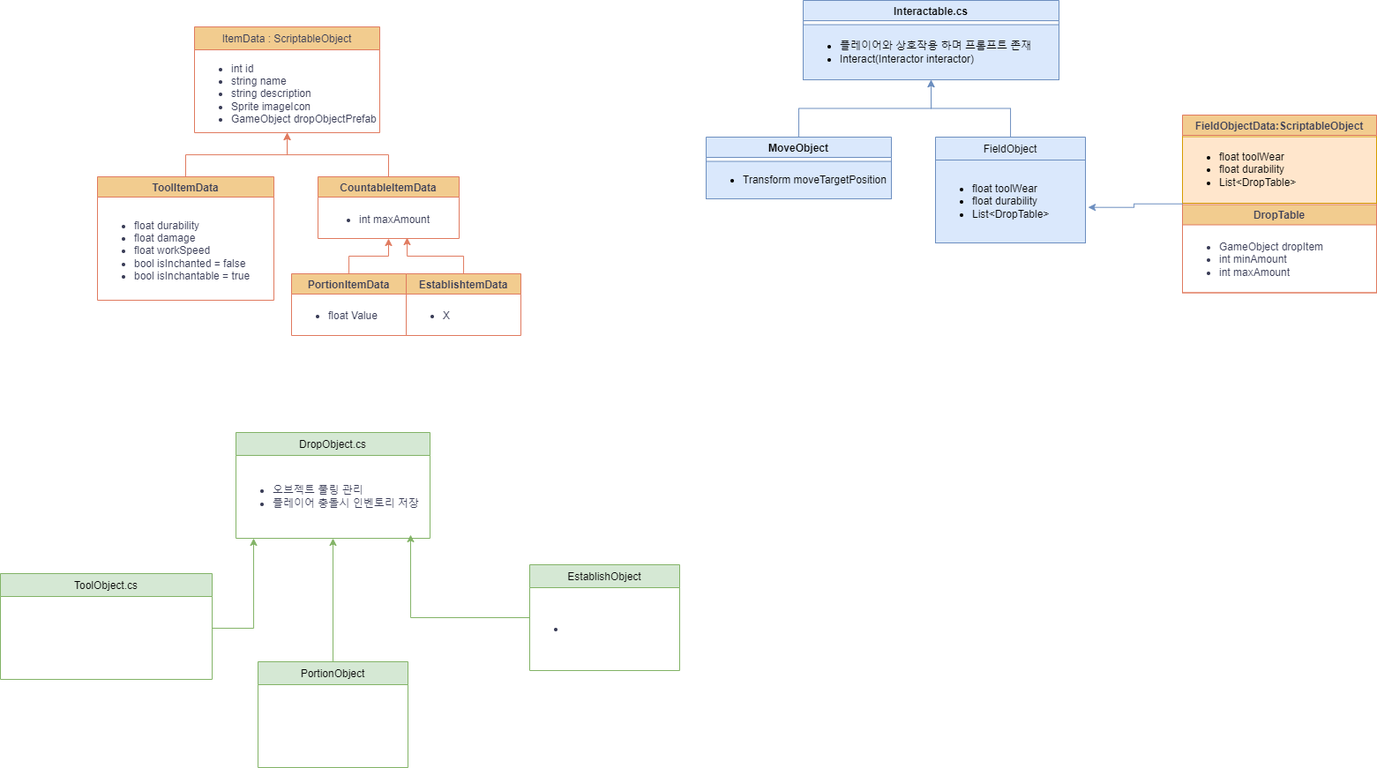
Above: 제목 없는 다이어그램.drawio.png in hae-seung/ddolking (draw.io), before the change. Source tidied: cells renumbered, new cells last; positions are measured from the earlier drawing's top-left corner, leaving out a move shared by most shapes.
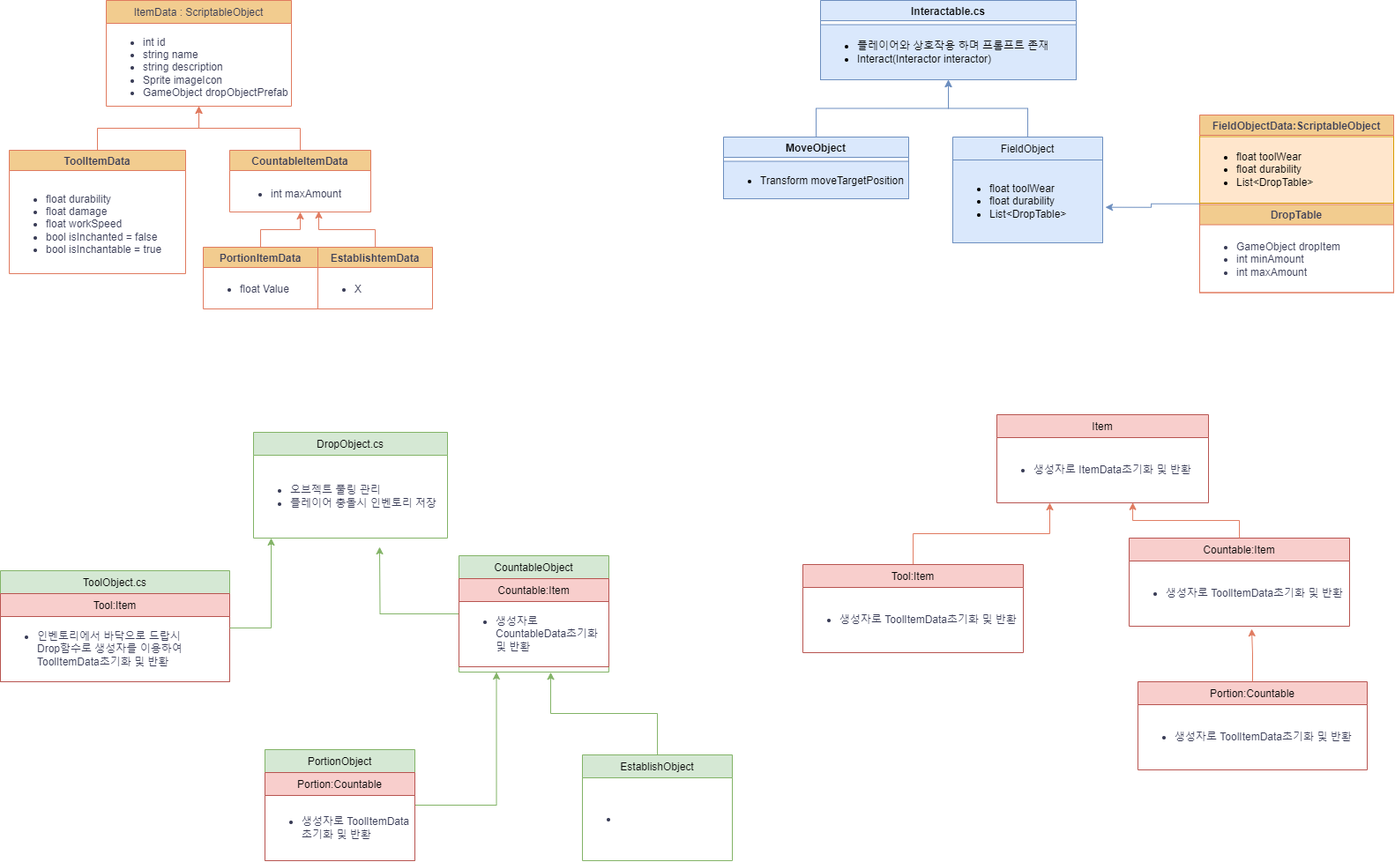
After the change.

Commit message:
제목 없는 다이어그램.drawio.png 업데이트

What changed in the source:
```diff
@@ -3,7 +3,7 @@
     <mxCell id="0" />
     <mxCell id="1" parent="0" />
     <mxCell id="2" value="ItemData : ScriptableObject" style="swimlane;fontStyle=0;align=center;verticalAlign=top;horizontal=1;startSize=26;rounded=0;shadow=0;strokeWidth=1;labelBackgroundColor=none;fillColor=#F2CC8F;strokeColor=#E07A5F;fontColor=#393C56;" parent="1" vertex="1">
-      <mxGeometry x="220" y="30" width="210" height="120" as="geometry" />
+      <mxGeometry x="100" width="210" height="120" as="geometry" />
     </mxCell>
     <mxCell id="3" value="&lt;ul&gt;&lt;li&gt;&lt;span style=&quot;text-wrap: nowrap;&quot;&gt;int id&lt;/span&gt;&lt;br&gt;&lt;/li&gt;&lt;li&gt;&lt;span style=&quot;text-wrap: nowrap;&quot;&gt;string name&lt;br&gt;&lt;/span&gt;&lt;/li&gt;&lt;li&gt;&lt;span style=&quot;text-wrap: nowrap;&quot;&gt;string description&lt;br&gt;&lt;/span&gt;&lt;/li&gt;&lt;li&gt;&lt;span style=&quot;text-wrap: nowrap;&quot;&gt;Sprite imageIcon&lt;br&gt;&lt;/span&gt;&lt;/li&gt;&lt;li&gt;&lt;span style=&quot;text-wrap: nowrap;&quot;&gt;GameObject dropObjectPrefab&lt;br&gt;&lt;/span&gt;&lt;/li&gt;&lt;/ul&gt;" style="text;strokeColor=none;fillColor=none;html=1;whiteSpace=wrap;verticalAlign=middle;overflow=hidden;fontColor=#393C56;" parent="2" vertex="1">
       <mxGeometry y="26" width="210" height="94" as="geometry" />
@@ -12,7 +12,7 @@
       <mxGeometry relative="1" as="geometry" />
     </mxCell>
     <mxCell id="5" value="CountableItemData" style="swimlane;strokeColor=#E07A5F;fontColor=#393C56;fillColor=#F2CC8F;" parent="1" vertex="1">
-      <mxGeometry x="360" y="200" width="160" height="70" as="geometry" />
+      <mxGeometry x="240" y="170" width="160" height="70" as="geometry" />
     </mxCell>
     <mxCell id="6" value="&lt;ul&gt;&lt;li&gt;int maxAmount&lt;/li&gt;&lt;/ul&gt;" style="text;strokeColor=none;fillColor=none;html=1;whiteSpace=wrap;verticalAlign=middle;overflow=hidden;fontColor=#393C56;" parent="5" vertex="1">
       <mxGeometry x="5" y="27.5" width="150" height="42.5" as="geometry" />
@@ -21,7 +21,7 @@
       <mxGeometry relative="1" as="geometry" />
     </mxCell>
     <mxCell id="8" value="ToolItemData" style="swimlane;strokeColor=#E07A5F;fontColor=#393C56;fillColor=#F2CC8F;" parent="1" vertex="1">
-      <mxGeometry x="110" y="200" width="200" height="140" as="geometry" />
+      <mxGeometry x="-10" y="170" width="200" height="140" as="geometry" />
     </mxCell>
     <mxCell id="9" value="&lt;ul&gt;&lt;li&gt;float durability&lt;/li&gt;&lt;li&gt;float damage&lt;/li&gt;&lt;li&gt;float workSpeed&lt;/li&gt;&lt;li&gt;bool isInchanted = false&lt;/li&gt;&lt;li&gt;bool isInchantable = true&lt;/li&gt;&lt;/ul&gt;" style="text;strokeColor=none;fillColor=none;html=1;whiteSpace=wrap;verticalAlign=middle;overflow=hidden;fontColor=#393C56;" parent="8" vertex="1">
       <mxGeometry y="27.5" width="200" height="112.5" as="geometry" />
@@ -30,13 +30,13 @@
       <mxGeometry relative="1" as="geometry" />
     </mxCell>
     <mxCell id="11" value="PortionItemData" style="swimlane;strokeColor=#E07A5F;fontColor=#393C56;fillColor=#F2CC8F;" parent="1" vertex="1">
-      <mxGeometry x="330" y="310" width="130" height="70" as="geometry" />
+      <mxGeometry x="210" y="280" width="130" height="70" as="geometry" />
     </mxCell>
     <mxCell id="12" value="&lt;ul&gt;&lt;li&gt;float Value&lt;/li&gt;&lt;/ul&gt;" style="text;strokeColor=none;fillColor=none;html=1;whiteSpace=wrap;verticalAlign=middle;overflow=hidden;fontColor=#393C56;" parent="11" vertex="1">
       <mxGeometry y="25" width="130" height="45" as="geometry" />
     </mxCell>
     <mxCell id="13" style="shape=crossbar;whiteSpace=wrap;html=1;rounded=1;strokeColor=#E07A5F;fontColor=#393C56;fillColor=#F2CC8F;" parent="1" vertex="1">
-      <mxGeometry x="550" y="250" as="geometry" />
+      <mxGeometry x="970" y="700" as="geometry" />
     </mxCell>
     <mxCell id="14" style="edgeStyle=orthogonalEdgeStyle;rounded=0;jettySize=auto;html=1;entryX=0.5;entryY=1;entryDx=0;entryDy=0;strokeColor=#6c8ebf;fontColor=#393C56;fillColor=#dae8fc;" parent="1" edge="1" source="15" target="25">
       <mxGeometry relative="1" as="geometry" />
@@ -84,10 +84,16 @@
       <mxGeometry y="26" width="220" height="94" as="geometry" />
     </mxCell>
     <mxCell id="29" value="ToolObject.cs" style="swimlane;fontStyle=0;align=center;verticalAlign=top;horizontal=1;startSize=26;rounded=0;shadow=0;strokeWidth=1;labelBackgroundColor=none;fillColor=#d5e8d4;strokeColor=#82b366;" parent="1" vertex="1">
-      <mxGeometry y="650" width="240" height="120" as="geometry" />
+      <mxGeometry x="-20" y="647" width="260" height="126" as="geometry" />
     </mxCell>
+    <mxCell id="39" value="Tool:Item" style="swimlane;fontStyle=0;align=center;verticalAlign=top;horizontal=1;startSize=26;rounded=0;shadow=0;strokeWidth=1;labelBackgroundColor=none;fillColor=#f8cecc;strokeColor=#b85450;" parent="29" vertex="1">
+      <mxGeometry y="26" width="260" height="100" as="geometry" />
+    </mxCell>
+    <mxCell id="40" value="&lt;ul&gt;&lt;li&gt;인벤토리에서 바닥으로 드랍시&lt;br&gt;Drop함수로 생성자를 이용하여 ToolItemData초기화 및 반환&lt;/li&gt;&lt;/ul&gt;" style="text;strokeColor=none;fillColor=none;html=1;whiteSpace=wrap;verticalAlign=middle;overflow=hidden;fontColor=#393C56;" parent="39" vertex="1">
+      <mxGeometry y="26" width="260" height="74" as="geometry" />
+    </mxCell>
     <mxCell id="30" value="EstablishtemData" style="swimlane;strokeColor=#E07A5F;fontColor=#393C56;fillColor=#F2CC8F;startSize=23;" parent="1" vertex="1">
-      <mxGeometry x="460" y="310" width="130" height="70" as="geometry" />
+      <mxGeometry x="340" y="280" width="130" height="70" as="geometry" />
     </mxCell>
     <mxCell id="31" value="&lt;ul&gt;&lt;li&gt;X&lt;/li&gt;&lt;/ul&gt;" style="text;strokeColor=none;fillColor=none;html=1;whiteSpace=wrap;verticalAlign=middle;overflow=hidden;fontColor=#393C56;" parent="30" vertex="1">
       <mxGeometry y="25" width="130" height="45" as="geometry" />
@@ -95,14 +101,20 @@
     <mxCell id="32" style="edgeStyle=orthogonalEdgeStyle;rounded=0;jettySize=auto;html=1;entryX=0.64;entryY=0.976;entryDx=0;entryDy=0;entryPerimeter=0;strokeColor=#E07A5F;fontColor=#393C56;fillColor=#F2CC8F;" parent="1" edge="1" source="30" target="6">
       <mxGeometry relative="1" as="geometry" />
     </mxCell>
-    <mxCell id="33" style="edgeStyle=orthogonalEdgeStyle;rounded=0;jettySize=auto;html=1;strokeColor=#82b366;fontColor=#393C56;fillColor=#d5e8d4;" parent="1" edge="1" source="34" target="28">
-      <mxGeometry relative="1" as="geometry" />
-    </mxCell>
+    <mxCell id="41" style="edgeStyle=orthogonalEdgeStyle;rounded=0;jettySize=auto;html=1;entryX=0.25;entryY=1;entryDx=0;entryDy=0;strokeColor=#82b366;fontColor=#393C56;fillColor=#d5e8d4;" parent="1" edge="1" source="34" target="59">
+      <mxGeometry relative="1" as="geometry" />
+    </mxCell>
     <mxCell id="34" value="PortionObject" style="swimlane;fontStyle=0;align=center;verticalAlign=top;horizontal=1;startSize=26;rounded=0;shadow=0;strokeWidth=1;labelBackgroundColor=none;fillColor=#d5e8d4;strokeColor=#82b366;" parent="1" vertex="1">
-      <mxGeometry x="292" y="750" width="170" height="120" as="geometry" />
+      <mxGeometry x="280" y="850" width="170" height="126" as="geometry" />
     </mxCell>
+    <mxCell id="42" value="Portion:Countable" style="swimlane;fontStyle=0;align=center;verticalAlign=top;horizontal=1;startSize=26;rounded=0;shadow=0;strokeWidth=1;labelBackgroundColor=none;fillColor=#f8cecc;strokeColor=#b85450;" parent="34" vertex="1">
+      <mxGeometry y="26" width="170" height="100" as="geometry" />
+    </mxCell>
+    <mxCell id="43" value="&lt;ul&gt;&lt;li&gt;생성자로 ToolItemData초기화 및 반환&lt;/li&gt;&lt;/ul&gt;" style="text;strokeColor=none;fillColor=none;html=1;whiteSpace=wrap;verticalAlign=middle;overflow=hidden;fontColor=#393C56;" parent="42" vertex="1">
+      <mxGeometry y="26" width="170" height="74" as="geometry" />
+    </mxCell>
     <mxCell id="35" value="EstablishObject" style="swimlane;fontStyle=0;align=center;verticalAlign=top;horizontal=1;startSize=26;rounded=0;shadow=0;strokeWidth=1;labelBackgroundColor=none;fillColor=#d5e8d4;strokeColor=#82b366;" parent="1" vertex="1">
-      <mxGeometry x="600" y="640" width="170" height="120" as="geometry" />
+      <mxGeometry x="640" y="856" width="170" height="120" as="geometry" />
     </mxCell>
     <mxCell id="36" value="&lt;ul&gt;&lt;li&gt;&lt;br&gt;&lt;/li&gt;&lt;/ul&gt;" style="text;strokeColor=none;fillColor=none;html=1;whiteSpace=wrap;verticalAlign=middle;overflow=hidden;fontColor=#393C56;" parent="35" vertex="1">
       <mxGeometry y="26" width="170" height="94" as="geometry" />
@@ -116,8 +128,58 @@
         </Array>
       </mxGeometry>
     </mxCell>
-    <mxCell id="38" style="edgeStyle=orthogonalEdgeStyle;rounded=0;jettySize=auto;html=1;entryX=0.9;entryY=0.957;entryDx=0;entryDy=0;entryPerimeter=0;strokeColor=#82b366;fontColor=#393C56;fillColor=#d5e8d4;" parent="1" edge="1" source="35" target="28">
-      <mxGeometry relative="1" as="geometry" />
-    </mxCell>
+    <mxCell id="44" value="Item" style="swimlane;fontStyle=0;align=center;verticalAlign=top;horizontal=1;startSize=26;rounded=0;shadow=0;strokeWidth=1;labelBackgroundColor=none;fillColor=#f8cecc;strokeColor=#b85450;" parent="1" vertex="1">
+      <mxGeometry x="1110" y="470" width="240" height="100" as="geometry" />
+    </mxCell>
+    <mxCell id="45" value="&lt;ul&gt;&lt;li&gt;생성자로 ItemData초기화 및 반환&lt;/li&gt;&lt;/ul&gt;" style="text;strokeColor=none;fillColor=none;html=1;whiteSpace=wrap;verticalAlign=middle;overflow=hidden;fontColor=#393C56;" parent="44" vertex="1">
+      <mxGeometry y="26" width="240" height="74" as="geometry" />
+    </mxCell>
+    <mxCell id="46" style="edgeStyle=orthogonalEdgeStyle;rounded=0;jettySize=auto;html=1;entryX=0.25;entryY=1;entryDx=0;entryDy=0;strokeColor=#E07A5F;fontColor=#393C56;fillColor=#F2CC8F;" parent="1" edge="1" source="47" target="45">
+      <mxGeometry relative="1" as="geometry" />
+    </mxCell>
+    <mxCell id="47" value="Tool:Item" style="swimlane;fontStyle=0;align=center;verticalAlign=top;horizontal=1;startSize=26;rounded=0;shadow=0;strokeWidth=1;labelBackgroundColor=none;fillColor=#f8cecc;strokeColor=#b85450;" parent="1" vertex="1">
+      <mxGeometry x="890" y="640" width="250" height="100" as="geometry" />
+    </mxCell>
+    <mxCell id="48" value="&lt;ul&gt;&lt;li&gt;생성자로 ToolItemData초기화 및 반환&lt;/li&gt;&lt;/ul&gt;" style="text;strokeColor=none;fillColor=none;html=1;whiteSpace=wrap;verticalAlign=middle;overflow=hidden;fontColor=#393C56;" parent="47" vertex="1">
+      <mxGeometry y="26" width="250" height="74" as="geometry" />
+    </mxCell>
+    <mxCell id="49" value="Countable:Item" style="swimlane;fontStyle=0;align=center;verticalAlign=top;horizontal=1;startSize=26;rounded=0;shadow=0;strokeWidth=1;labelBackgroundColor=none;fillColor=#f8cecc;strokeColor=#b85450;" parent="1" vertex="1">
+      <mxGeometry x="1260" y="610" width="250" height="100" as="geometry" />
+    </mxCell>
+    <mxCell id="50" value="&lt;ul&gt;&lt;li&gt;생성자로 ToolItemData초기화 및 반환&lt;/li&gt;&lt;/ul&gt;" style="text;strokeColor=none;fillColor=none;html=1;whiteSpace=wrap;verticalAlign=middle;overflow=hidden;fontColor=#393C56;" parent="49" vertex="1">
+      <mxGeometry y="26" width="250" height="74" as="geometry" />
+    </mxCell>
+    <mxCell id="51" value="Portion:Countable" style="swimlane;fontStyle=0;align=center;verticalAlign=top;horizontal=1;startSize=26;rounded=0;shadow=0;strokeWidth=1;labelBackgroundColor=none;fillColor=#f8cecc;strokeColor=#b85450;" parent="1" vertex="1">
+      <mxGeometry x="1270" y="773" width="260" height="100" as="geometry" />
+    </mxCell>
+    <mxCell id="52" value="&lt;ul&gt;&lt;li&gt;생성자로 ToolItemData초기화 및 반환&lt;/li&gt;&lt;/ul&gt;" style="text;strokeColor=none;fillColor=none;html=1;whiteSpace=wrap;verticalAlign=middle;overflow=hidden;fontColor=#393C56;" parent="51" vertex="1">
+      <mxGeometry y="26" width="260" height="74" as="geometry" />
+    </mxCell>
+    <mxCell id="53" style="edgeStyle=orthogonalEdgeStyle;rounded=0;jettySize=auto;html=1;entryX=0.642;entryY=0.996;entryDx=0;entryDy=0;entryPerimeter=0;strokeColor=#E07A5F;fontColor=#393C56;fillColor=#F2CC8F;" parent="1" edge="1" source="49" target="45">
+      <mxGeometry relative="1" as="geometry" />
+    </mxCell>
+    <mxCell id="54" style="edgeStyle=orthogonalEdgeStyle;rounded=0;jettySize=auto;html=1;entryX=0.556;entryY=1.041;entryDx=0;entryDy=0;entryPerimeter=0;strokeColor=#E07A5F;fontColor=#393C56;fillColor=#F2CC8F;" parent="1" edge="1" source="51" target="50">
+      <mxGeometry relative="1" as="geometry" />
+    </mxCell>
+    <mxCell id="55" style="edgeStyle=orthogonalEdgeStyle;rounded=0;jettySize=auto;html=1;strokeColor=#82b366;fontColor=#393C56;fillColor=#d5e8d4;" parent="1" edge="1" source="56">
+      <mxGeometry relative="1" as="geometry">
+        <mxPoint x="410" y="620" as="targetPoint" />
+      </mxGeometry>
+    </mxCell>
+    <mxCell id="56" value="CountableObject" style="swimlane;fontStyle=0;align=center;verticalAlign=top;horizontal=1;startSize=26;rounded=0;shadow=0;strokeWidth=1;labelBackgroundColor=none;fillColor=#d5e8d4;strokeColor=#82b366;" parent="1" vertex="1">
+      <mxGeometry x="500" y="630" width="170" height="132" as="geometry" />
+    </mxCell>
+    <mxCell id="57" value="Countable:Item" style="swimlane;fontStyle=0;align=center;verticalAlign=top;horizontal=1;startSize=26;rounded=0;shadow=0;strokeWidth=1;labelBackgroundColor=none;fillColor=#f8cecc;strokeColor=#b85450;" parent="56" vertex="1">
+      <mxGeometry y="26" width="170" height="100" as="geometry" />
+    </mxCell>
+    <mxCell id="58" value="&lt;ul&gt;&lt;li&gt;생성자로 CountableData초기화 및 반환&lt;/li&gt;&lt;/ul&gt;" style="text;strokeColor=none;fillColor=none;html=1;whiteSpace=wrap;verticalAlign=middle;overflow=hidden;fontColor=#393C56;" parent="57" vertex="1">
+      <mxGeometry y="26" width="170" height="74" as="geometry" />
+    </mxCell>
+    <mxCell id="59" value="&lt;ul&gt;&lt;li&gt;&lt;br&gt;&lt;/li&gt;&lt;/ul&gt;" style="text;strokeColor=none;fillColor=none;html=1;whiteSpace=wrap;verticalAlign=middle;overflow=hidden;fontColor=#393C56;" parent="56" vertex="1">
+      <mxGeometry y="126" width="170" height="6" as="geometry" />
+    </mxCell>
+    <mxCell id="60" style="edgeStyle=orthogonalEdgeStyle;rounded=0;jettySize=auto;html=1;entryX=0.612;entryY=1.043;entryDx=0;entryDy=0;entryPerimeter=0;strokeColor=#82b366;fontColor=#393C56;fillColor=#d5e8d4;" parent="1" edge="1" source="35" target="59">
+      <mxGeometry relative="1" as="geometry" />
+    </mxCell>
   </root>
 </mxGraphModel>
```
